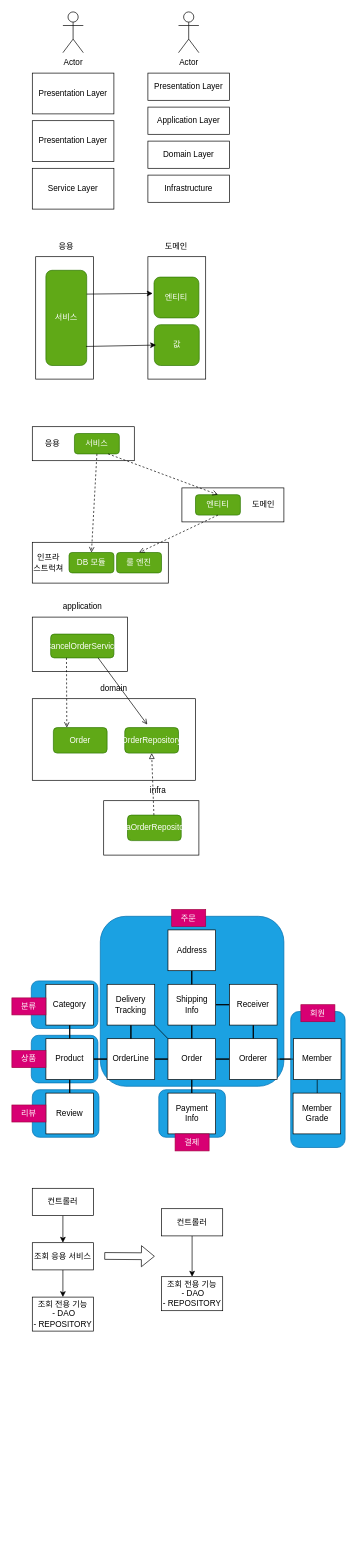
The draw.io diagram 블로그 참고.drawio in corns90/drawio, before the edit. Source tidied: cells renumbered, new cells numbered last; positions are measured from the earlier drawing's top-left corner, leaving out a move shared by most shapes. Both pictures are drawn from the tidied source at 68%, with x=0, y=0 at pixel (12, 12).
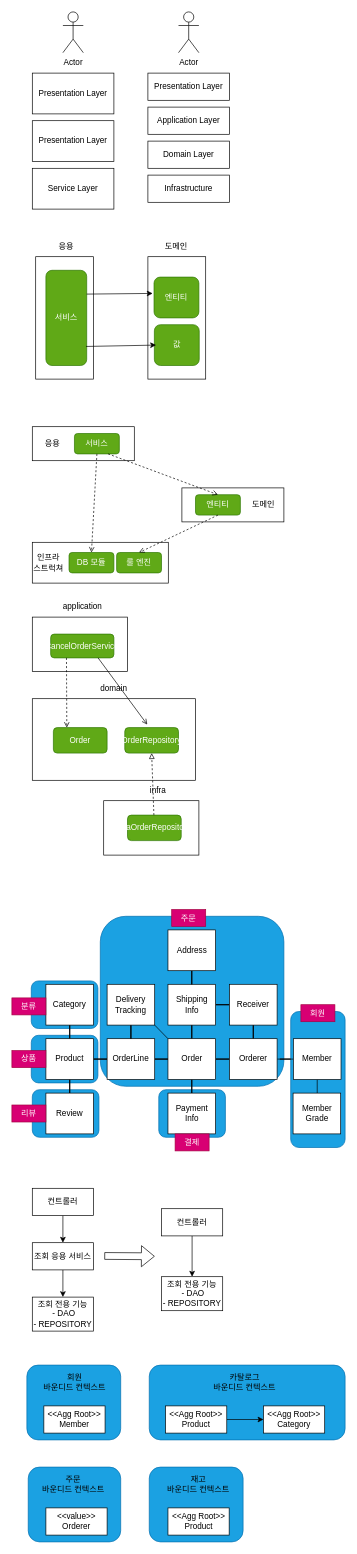
The same page after the edit.

Commit message:
블로그 참고.drawio 업데이트

Change to the diagram source:
```diff
@@
+    <mxCell id="94" style="rounded=1;whiteSpace=wrap;html=1;fillColor=#1ba1e2;fontColor=#ffffff;strokeColor=#006EAF;" parent="1" vertex="1">
+      <mxGeometry x="22" y="1990" width="138" height="110" as="geometry" />
+    </mxCell>
+    <mxCell id="95" style="rounded=1;whiteSpace=wrap;html=1;fillColor=#1ba1e2;fontColor=#ffffff;strokeColor=#006EAF;" parent="1" vertex="1">
+      <mxGeometry x="202" y="1990" width="288" height="110" as="geometry" />
+    </mxCell>
+    <mxCell id="96" style="rounded=1;whiteSpace=wrap;html=1;fillColor=#1ba1e2;fontColor=#ffffff;strokeColor=#006EAF;" parent="1" vertex="1">
+      <mxGeometry x="24" y="2140" width="136" height="110" as="geometry" />
+    </mxCell>
+    <mxCell id="97" style="rounded=1;whiteSpace=wrap;html=1;fillColor=#1ba1e2;fontColor=#ffffff;strokeColor=#006EAF;" parent="1" vertex="1">
+      <mxGeometry x="202" y="2140" width="138" height="110" as="geometry" />
+    </mxCell>
+    <mxCell id="98" value="&amp;lt;&amp;lt;Agg Root&amp;gt;&amp;gt;&lt;br&gt;Member" style="rounded=0;whiteSpace=wrap;html=1;" parent="1" vertex="1">
+      <mxGeometry x="47" y="2050" width="90" height="40" as="geometry" />
+    </mxCell>
+    <mxCell id="99" value="&amp;lt;&amp;lt;value&amp;gt;&amp;gt;&lt;br&gt;Orderer" style="rounded=0;whiteSpace=wrap;html=1;" parent="1" vertex="1">
+      <mxGeometry x="50" y="2200" width="90" height="40" as="geometry" />
+    </mxCell>
+    <mxCell id="100" value="&amp;lt;&amp;lt;Agg Root&amp;gt;&amp;gt;&lt;br&gt;Product" style="rounded=0;whiteSpace=wrap;html=1;" parent="1" vertex="1">
+      <mxGeometry x="229.5" y="2200" width="90" height="40" as="geometry" />
+    </mxCell>
+    <mxCell id="101" style="edgeStyle=orthogonalEdgeStyle;rounded=0;jettySize=auto;html=1;" parent="1" edge="1" source="102" target="103">
+      <mxGeometry relative="1" as="geometry" />
+    </mxCell>
+    <mxCell id="102" value="&amp;lt;&amp;lt;Agg Root&amp;gt;&amp;gt;&lt;br&gt;Product" style="rounded=0;whiteSpace=wrap;html=1;" parent="1" vertex="1">
+      <mxGeometry x="226" y="2050" width="90" height="40" as="geometry" />
+    </mxCell>
+    <mxCell id="103" value="&amp;lt;&amp;lt;Agg Root&amp;gt;&amp;gt;&lt;br&gt;Category" style="rounded=0;whiteSpace=wrap;html=1;" parent="1" vertex="1">
+      <mxGeometry x="370" y="2050" width="90" height="40" as="geometry" />
+    </mxCell>
+    <mxCell id="104" value="회원&lt;br&gt;바운디드 컨텍스트" style="text;html=1;strokeColor=none;fillColor=none;align=center;verticalAlign=middle;whiteSpace=wrap;rounded=0;" parent="1" vertex="1">
+      <mxGeometry x="45" y="2000" width="95" height="30" as="geometry" />
+    </mxCell>
+    <mxCell id="105" value="주문&lt;br&gt;바운디드 컨텍스트" style="text;html=1;strokeColor=none;fillColor=none;align=center;verticalAlign=middle;whiteSpace=wrap;rounded=0;" parent="1" vertex="1">
+      <mxGeometry x="42.5" y="2150" width="95" height="30" as="geometry" />
+    </mxCell>
+    <mxCell id="106" value="재고&lt;br&gt;바운디드 컨텍스트" style="text;html=1;strokeColor=none;fillColor=none;align=center;verticalAlign=middle;whiteSpace=wrap;rounded=0;" parent="1" vertex="1">
+      <mxGeometry x="227" y="2150" width="95" height="30" as="geometry" />
+    </mxCell>
+    <mxCell id="107" value="카탈로그&lt;br&gt;바운디드 컨텍스트" style="text;html=1;strokeColor=none;fillColor=none;align=center;verticalAlign=middle;whiteSpace=wrap;rounded=0;" parent="1" vertex="1">
+      <mxGeometry x="295" y="2000" width="95" height="30" as="geometry" />
+    </mxCell>
```
